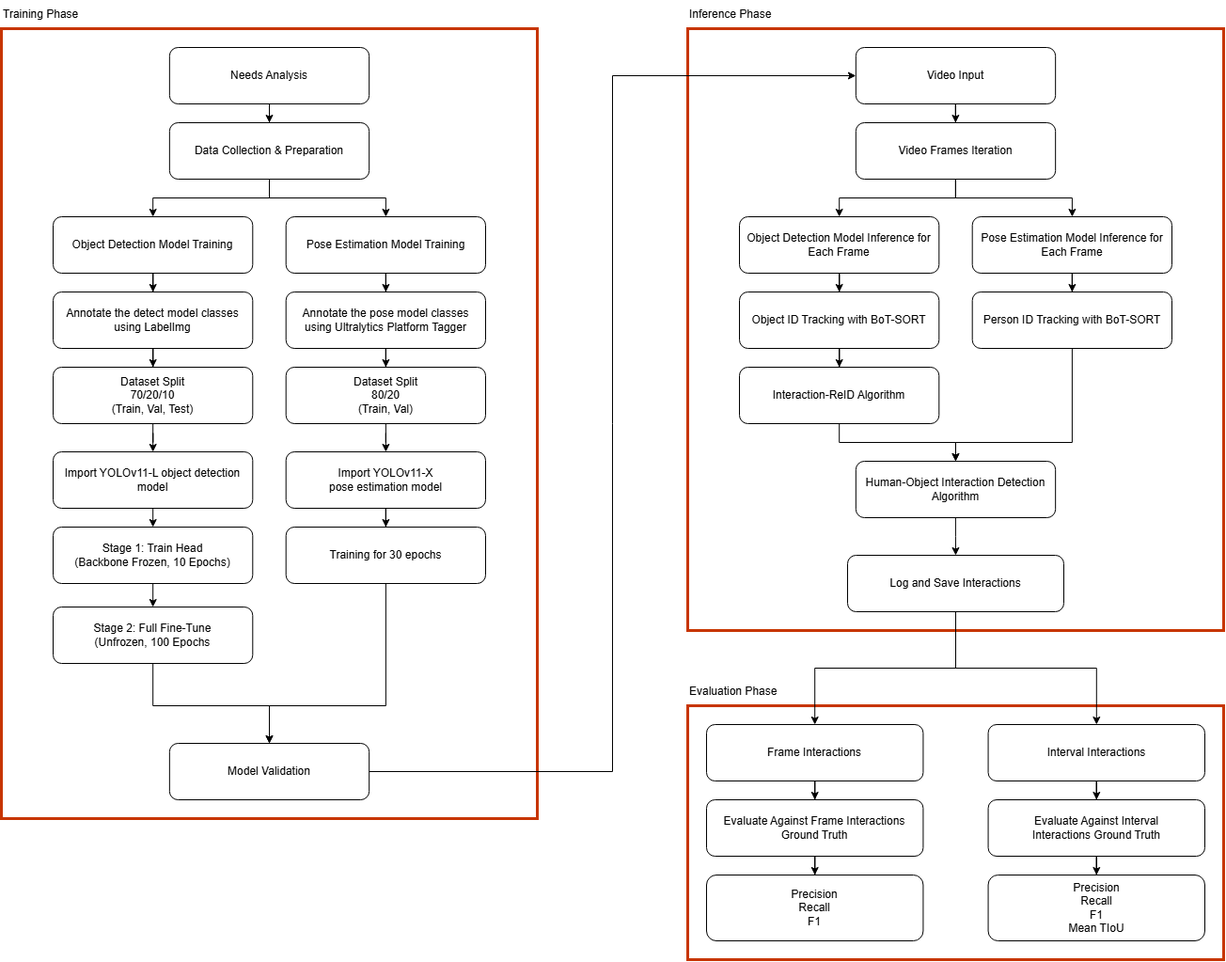
Before: docs/ConceptualFramework_Final.drawio.png, a diagram exported from draw.io (gabrieljamesbenedict/thesis). Source tidied: cells renumbered, new cells last; positions are measured from the earlier drawing's top-left corner, leaving out a move shared by most shapes. The source it was exported from:
```xml
<mxGraphModel>
  <root>
    <mxCell id="0" />
    <mxCell id="1" parent="0" />
    <mxCell id="2" style="rounded=0;whiteSpace=wrap;html=1;fillColor=none;fontColor=#000000;strokeColor=#C73500;strokeWidth=3;" parent="1" vertex="1">
      <mxGeometry y="30" width="570" height="840" as="geometry" />
    </mxCell>
    <mxCell id="3" style="rounded=0;whiteSpace=wrap;html=1;fillColor=none;fontColor=#000000;strokeColor=#C73500;strokeWidth=3;" parent="1" vertex="1">
      <mxGeometry x="730" y="30" width="570" height="640" as="geometry" />
    </mxCell>
    <mxCell id="4" style="rounded=0;whiteSpace=wrap;html=1;fillColor=none;fontColor=#000000;strokeColor=#C73500;strokeWidth=3;" parent="1" vertex="1">
      <mxGeometry x="730" y="750" width="570" height="270" as="geometry" />
    </mxCell>
    <mxCell id="5" style="group;" parent="1" vertex="1">
      <mxGeometry x="750" y="770" width="530" height="230" as="geometry" />
    </mxCell>
    <mxCell id="6" style="edgeStyle=orthogonalEdgeStyle;rounded=0;jettySize=auto;html=1;" parent="5" edge="1" source="7" target="11">
      <mxGeometry relative="1" as="geometry" />
    </mxCell>
    <mxCell id="7" value="Frame Interactions" style="rounded=1;whiteSpace=wrap;html=1;" parent="5" vertex="1">
      <mxGeometry width="230.4" height="60" as="geometry" />
    </mxCell>
    <mxCell id="8" style="edgeStyle=orthogonalEdgeStyle;rounded=0;jettySize=auto;html=1;" parent="5" edge="1" source="9" target="13">
      <mxGeometry relative="1" as="geometry" />
    </mxCell>
    <mxCell id="9" value="Interval Interactions" style="rounded=1;whiteSpace=wrap;html=1;" parent="5" vertex="1">
      <mxGeometry x="299.6" width="230.4" height="60" as="geometry" />
    </mxCell>
    <mxCell id="10" style="edgeStyle=orthogonalEdgeStyle;rounded=0;jettySize=auto;html=1;" parent="5" edge="1" source="11" target="14">
      <mxGeometry relative="1" as="geometry" />
    </mxCell>
    <mxCell id="11" value="Evaluate Against Frame Interactions Ground Truth" style="rounded=1;whiteSpace=wrap;html=1;" parent="5" vertex="1">
      <mxGeometry y="80" width="230.4" height="60" as="geometry" />
    </mxCell>
    <mxCell id="12" style="edgeStyle=orthogonalEdgeStyle;rounded=0;jettySize=auto;html=1;" parent="5" edge="1" source="13" target="15">
      <mxGeometry relative="1" as="geometry" />
    </mxCell>
    <mxCell id="13" value="Evaluate Against Interval Interactions&amp;nbsp;Ground Truth" style="rounded=1;whiteSpace=wrap;html=1;" parent="5" vertex="1">
      <mxGeometry x="299.6" y="80" width="230.4" height="60" as="geometry" />
    </mxCell>
    <mxCell id="14" value="Precision&lt;div&gt;Recall&lt;/div&gt;&lt;div&gt;F1&lt;/div&gt;" style="rounded=1;whiteSpace=wrap;html=1;" parent="5" vertex="1">
      <mxGeometry y="160" width="230.4" height="70" as="geometry" />
    </mxCell>
    <mxCell id="15" value="Precision&lt;div&gt;Recall&lt;/div&gt;&lt;div&gt;F1&lt;/div&gt;&lt;div&gt;Mean TIoU&lt;/div&gt;" style="rounded=1;whiteSpace=wrap;html=1;" parent="5" vertex="1">
      <mxGeometry x="299.6" y="160" width="230.4" height="70" as="geometry" />
    </mxCell>
    <mxCell id="16" style="group;" parent="1" vertex="1">
      <mxGeometry x="785" y="50" width="460" height="600" as="geometry" />
    </mxCell>
    <mxCell id="17" style="edgeStyle=orthogonalEdgeStyle;rounded=0;jettySize=auto;html=1;" parent="16" edge="1" source="18" target="21">
      <mxGeometry relative="1" as="geometry" />
    </mxCell>
    <mxCell id="18" value="Video Input" style="rounded=1;whiteSpace=wrap;html=1;" parent="16" vertex="1">
      <mxGeometry x="123.8" width="212.3" height="60" as="geometry" />
    </mxCell>
    <mxCell id="19" style="edgeStyle=orthogonalEdgeStyle;rounded=0;jettySize=auto;html=1;" parent="16" edge="1" source="21" target="23">
      <mxGeometry relative="1" as="geometry" />
    </mxCell>
    <mxCell id="20" style="edgeStyle=orthogonalEdgeStyle;rounded=0;jettySize=auto;html=1;" parent="16" edge="1" source="21" target="25">
      <mxGeometry relative="1" as="geometry" />
    </mxCell>
    <mxCell id="21" value="Video Frames Iteration" style="rounded=1;whiteSpace=wrap;html=1;" parent="16" vertex="1">
      <mxGeometry x="123.8" y="80" width="212.3" height="60" as="geometry" />
    </mxCell>
    <mxCell id="22" style="edgeStyle=orthogonalEdgeStyle;rounded=0;jettySize=auto;html=1;" parent="16" edge="1" source="23" target="29">
      <mxGeometry relative="1" as="geometry" />
    </mxCell>
    <mxCell id="23" value="Object Detection Model Inference for Each Frame" style="rounded=1;whiteSpace=wrap;html=1;" parent="16" vertex="1">
      <mxGeometry y="180" width="212.3" height="60" as="geometry" />
    </mxCell>
    <mxCell id="24" style="edgeStyle=orthogonalEdgeStyle;rounded=0;jettySize=auto;html=1;" parent="16" edge="1" source="25" target="27">
      <mxGeometry relative="1" as="geometry" />
    </mxCell>
    <mxCell id="25" value="Pose Estimation Model Inference for Each Frame" style="rounded=1;whiteSpace=wrap;html=1;" parent="16" vertex="1">
      <mxGeometry x="247.7" y="180" width="212.3" height="60" as="geometry" />
    </mxCell>
    <mxCell id="26" style="edgeStyle=orthogonalEdgeStyle;rounded=0;jettySize=auto;html=1;" parent="16" edge="1" source="27" target="32">
      <mxGeometry relative="1" as="geometry">
        <Array as="points">
          <mxPoint x="353.8" y="420" />
          <mxPoint x="230" y="420" />
        </Array>
      </mxGeometry>
    </mxCell>
    <mxCell id="27" value="Person ID Tracking with BoT-SORT" style="rounded=1;whiteSpace=wrap;html=1;" parent="16" vertex="1">
      <mxGeometry x="247.7" y="260" width="212.3" height="60" as="geometry" />
    </mxCell>
    <mxCell id="28" style="edgeStyle=orthogonalEdgeStyle;rounded=0;jettySize=auto;html=1;" parent="16" edge="1" source="29" target="34">
      <mxGeometry relative="1" as="geometry" />
    </mxCell>
    <mxCell id="29" value="Object ID Tracking with BoT-SORT" style="rounded=1;whiteSpace=wrap;html=1;" parent="16" vertex="1">
      <mxGeometry y="260" width="212.3" height="60" as="geometry" />
    </mxCell>
    <mxCell id="30" value="Log and Save Interactions" style="rounded=1;whiteSpace=wrap;html=1;" parent="16" vertex="1">
      <mxGeometry x="115" y="540" width="230" height="60" as="geometry" />
    </mxCell>
    <mxCell id="31" style="edgeStyle=orthogonalEdgeStyle;rounded=0;jettySize=auto;html=1;" parent="16" edge="1" source="32" target="30">
      <mxGeometry relative="1" as="geometry" />
    </mxCell>
    <mxCell id="32" value="Human-Object Interaction Detection Algorithm" style="rounded=1;whiteSpace=wrap;html=1;" parent="16" vertex="1">
      <mxGeometry x="123.8" y="440" width="212.3" height="60" as="geometry" />
    </mxCell>
    <mxCell id="33" style="edgeStyle=orthogonalEdgeStyle;rounded=0;jettySize=auto;html=1;" parent="16" edge="1" source="34" target="32">
      <mxGeometry relative="1" as="geometry" />
    </mxCell>
    <mxCell id="34" value="Interaction-ReID Algorithm" style="rounded=1;whiteSpace=wrap;html=1;" parent="16" vertex="1">
      <mxGeometry y="340" width="212.3" height="60" as="geometry" />
    </mxCell>
    <mxCell id="35" style="edgeStyle=orthogonalEdgeStyle;rounded=0;jettySize=auto;html=1;defaultLabelBackgroundColor=gap;" parent="1" edge="1" source="30" target="7">
      <mxGeometry relative="1" as="geometry" />
    </mxCell>
    <mxCell id="36" style="edgeStyle=orthogonalEdgeStyle;rounded=0;jettySize=auto;html=1;defaultLabelBackgroundColor=gap;" parent="1" edge="1" source="30" target="9">
      <mxGeometry relative="1" as="geometry" />
    </mxCell>
    <mxCell id="37" style="edgeStyle=orthogonalEdgeStyle;rounded=0;jettySize=auto;html=1;entryX=0;entryY=0.5;entryDx=0;entryDy=0;defaultLabelBackgroundColor=gap;" parent="1" edge="1" source="41" target="18">
      <mxGeometry relative="1" as="geometry" />
    </mxCell>
    <mxCell id="38" value="Training Phase" style="text;html=1;whiteSpace=wrap;strokeColor=none;fillColor=none;align=left;verticalAlign=middle;rounded=0;" parent="1" vertex="1">
      <mxGeometry width="178.8" height="30" as="geometry" />
    </mxCell>
    <mxCell id="39" value="Inference Phase" style="text;html=1;whiteSpace=wrap;strokeColor=none;fillColor=none;align=left;verticalAlign=middle;rounded=0;" parent="1" vertex="1">
      <mxGeometry x="730" width="170" height="30" as="geometry" />
    </mxCell>
    <mxCell id="40" value="Evaluation Phase" style="text;html=1;whiteSpace=wrap;strokeColor=none;fillColor=none;align=left;verticalAlign=middle;rounded=0;" parent="1" vertex="1">
      <mxGeometry x="730" y="720" width="170" height="30" as="geometry" />
    </mxCell>
    <mxCell id="41" value="Model Validation" style="rounded=1;whiteSpace=wrap;html=1;" parent="1" vertex="1">
      <mxGeometry x="178.8" y="790" width="212.3" height="60" as="geometry" />
    </mxCell>
    <mxCell id="42" value="Needs Analysis" style="rounded=1;whiteSpace=wrap;html=1;" parent="1" vertex="1">
      <mxGeometry x="178.8" y="50" width="212.3" height="60" as="geometry" />
    </mxCell>
    <mxCell id="43" value="Data Collection &amp;amp; Preparation" style="rounded=1;whiteSpace=wrap;html=1;" parent="1" vertex="1">
      <mxGeometry x="178.8" y="130" width="212.3" height="60" as="geometry" />
    </mxCell>
    <mxCell id="44" value="Object Detection Model Training" style="rounded=1;whiteSpace=wrap;html=1;" parent="1" vertex="1">
      <mxGeometry x="55" y="230" width="212.3" height="60" as="geometry" />
    </mxCell>
    <mxCell id="45" value="Pose Estimation Model Training" style="rounded=1;whiteSpace=wrap;html=1;" parent="1" vertex="1">
      <mxGeometry x="302.7" y="230" width="212.3" height="60" as="geometry" />
    </mxCell>
    <mxCell id="46" value="Dataset Split&lt;div&gt;70/20/10&lt;/div&gt;&lt;div&gt;(Train, Val, Test)&lt;/div&gt;" style="rounded=1;whiteSpace=wrap;html=1;" parent="1" vertex="1">
      <mxGeometry x="55" y="390" width="212.3" height="60" as="geometry" />
    </mxCell>
    <mxCell id="47" value="Dataset Split&lt;div&gt;80/20&lt;/div&gt;&lt;div&gt;(Train, Val)&lt;/div&gt;" style="rounded=1;whiteSpace=wrap;html=1;" parent="1" vertex="1">
      <mxGeometry x="302.7" y="390" width="212.3" height="60" as="geometry" />
    </mxCell>
    <mxCell id="48" value="Annotate the detect model classes using LabelImg" style="rounded=1;whiteSpace=wrap;html=1;" parent="1" vertex="1">
      <mxGeometry x="55" y="310" width="212.3" height="60" as="geometry" />
    </mxCell>
    <mxCell id="49" value="Annotate the pose model classes using&amp;nbsp;Ultralytics Platform Tagger" style="rounded=1;whiteSpace=wrap;html=1;" parent="1" vertex="1">
      <mxGeometry x="302.7" y="310" width="212.3" height="60" as="geometry" />
    </mxCell>
    <mxCell id="50" style="edgeStyle=orthogonalEdgeStyle;rounded=0;jettySize=auto;html=1;entryX=0.5;entryY=0;entryDx=0;entryDy=0;defaultLabelBackgroundColor=gap;" parent="1" edge="1" source="51" target="66">
      <mxGeometry relative="1" as="geometry" />
    </mxCell>
    <mxCell id="51" value="Import YOLOv11-L object detection model" style="rounded=1;whiteSpace=wrap;html=1;" parent="1" vertex="1">
      <mxGeometry x="55" y="480" width="212.3" height="60" as="geometry" />
    </mxCell>
    <mxCell id="52" value="Import YOLOv11-X&lt;div&gt;pose estimation model&lt;/div&gt;" style="rounded=1;whiteSpace=wrap;html=1;" parent="1" vertex="1">
      <mxGeometry x="302.7" y="480" width="212.3" height="60" as="geometry" />
    </mxCell>
    <mxCell id="53" style="edgeStyle=orthogonalEdgeStyle;rounded=0;jettySize=auto;html=1;entryX=0.5;entryY=0;entryDx=0;entryDy=0;defaultLabelBackgroundColor=gap;" parent="1" edge="1" source="54" target="41">
      <mxGeometry relative="1" as="geometry">
        <Array as="points">
          <mxPoint x="408.9" y="750" />
          <mxPoint x="285" y="750" />
        </Array>
      </mxGeometry>
    </mxCell>
    <mxCell id="54" value="Training for 30 epochs" style="rounded=1;whiteSpace=wrap;html=1;" parent="1" vertex="1">
      <mxGeometry x="302.7" y="560" width="212.3" height="60" as="geometry" />
    </mxCell>
    <mxCell id="55" style="edgeStyle=orthogonalEdgeStyle;rounded=0;jettySize=auto;html=1;" parent="1" edge="1" source="42" target="43">
      <mxGeometry relative="1" as="geometry" />
    </mxCell>
    <mxCell id="56" style="edgeStyle=orthogonalEdgeStyle;rounded=0;jettySize=auto;html=1;" parent="1" edge="1" source="43" target="44">
      <mxGeometry relative="1" as="geometry" />
    </mxCell>
    <mxCell id="57" style="edgeStyle=orthogonalEdgeStyle;rounded=0;jettySize=auto;html=1;" parent="1" edge="1" source="43" target="45">
      <mxGeometry relative="1" as="geometry" />
    </mxCell>
    <mxCell id="58" style="edgeStyle=orthogonalEdgeStyle;rounded=0;jettySize=auto;html=1;" parent="1" edge="1" source="44" target="48">
      <mxGeometry relative="1" as="geometry" />
    </mxCell>
    <mxCell id="59" style="edgeStyle=orthogonalEdgeStyle;rounded=0;jettySize=auto;html=1;" parent="1" edge="1" source="48" target="46">
      <mxGeometry relative="1" as="geometry" />
    </mxCell>
    <mxCell id="60" style="edgeStyle=orthogonalEdgeStyle;rounded=0;jettySize=auto;html=1;" parent="1" edge="1" source="45" target="49">
      <mxGeometry relative="1" as="geometry" />
    </mxCell>
    <mxCell id="61" style="edgeStyle=orthogonalEdgeStyle;rounded=0;jettySize=auto;html=1;" parent="1" edge="1" source="49" target="47">
      <mxGeometry relative="1" as="geometry" />
    </mxCell>
    <mxCell id="62" style="edgeStyle=orthogonalEdgeStyle;rounded=0;jettySize=auto;html=1;" parent="1" edge="1" source="46" target="51">
      <mxGeometry relative="1" as="geometry" />
    </mxCell>
    <mxCell id="63" style="edgeStyle=orthogonalEdgeStyle;rounded=0;jettySize=auto;html=1;" parent="1" edge="1" source="47" target="52">
      <mxGeometry relative="1" as="geometry" />
    </mxCell>
    <mxCell id="64" style="edgeStyle=orthogonalEdgeStyle;rounded=0;jettySize=auto;html=1;" parent="1" edge="1" source="52" target="54">
      <mxGeometry relative="1" as="geometry" />
    </mxCell>
    <mxCell id="65" style="edgeStyle=orthogonalEdgeStyle;rounded=0;jettySize=auto;html=1;entryX=0.5;entryY=0;entryDx=0;entryDy=0;defaultLabelBackgroundColor=gap;" parent="1" edge="1" source="66" target="68">
      <mxGeometry relative="1" as="geometry" />
    </mxCell>
    <mxCell id="66" value="&lt;div&gt;Stage 1: Train Head&lt;/div&gt;&lt;div&gt;(Backbone Frozen, 10 Epochs)&lt;/div&gt;" style="rounded=1;whiteSpace=wrap;html=1;" parent="1" vertex="1">
      <mxGeometry x="55" y="560" width="212.3" height="60" as="geometry" />
    </mxCell>
    <mxCell id="67" style="edgeStyle=orthogonalEdgeStyle;rounded=0;jettySize=auto;html=1;entryX=0.5;entryY=0;entryDx=0;entryDy=0;defaultLabelBackgroundColor=gap;" parent="1" edge="1" source="68" target="41">
      <mxGeometry relative="1" as="geometry">
        <Array as="points">
          <mxPoint x="161.2" y="750" />
          <mxPoint x="285" y="750" />
        </Array>
      </mxGeometry>
    </mxCell>
    <mxCell id="68" value="Stage 2: Full Fine-Tune&lt;div&gt;(Unfrozen, 100 Epochs&lt;/div&gt;" style="rounded=1;whiteSpace=wrap;html=1;" parent="1" vertex="1">
      <mxGeometry x="55" y="645" width="212.3" height="60" as="geometry" />
    </mxCell>
  </root>
</mxGraphModel>
```
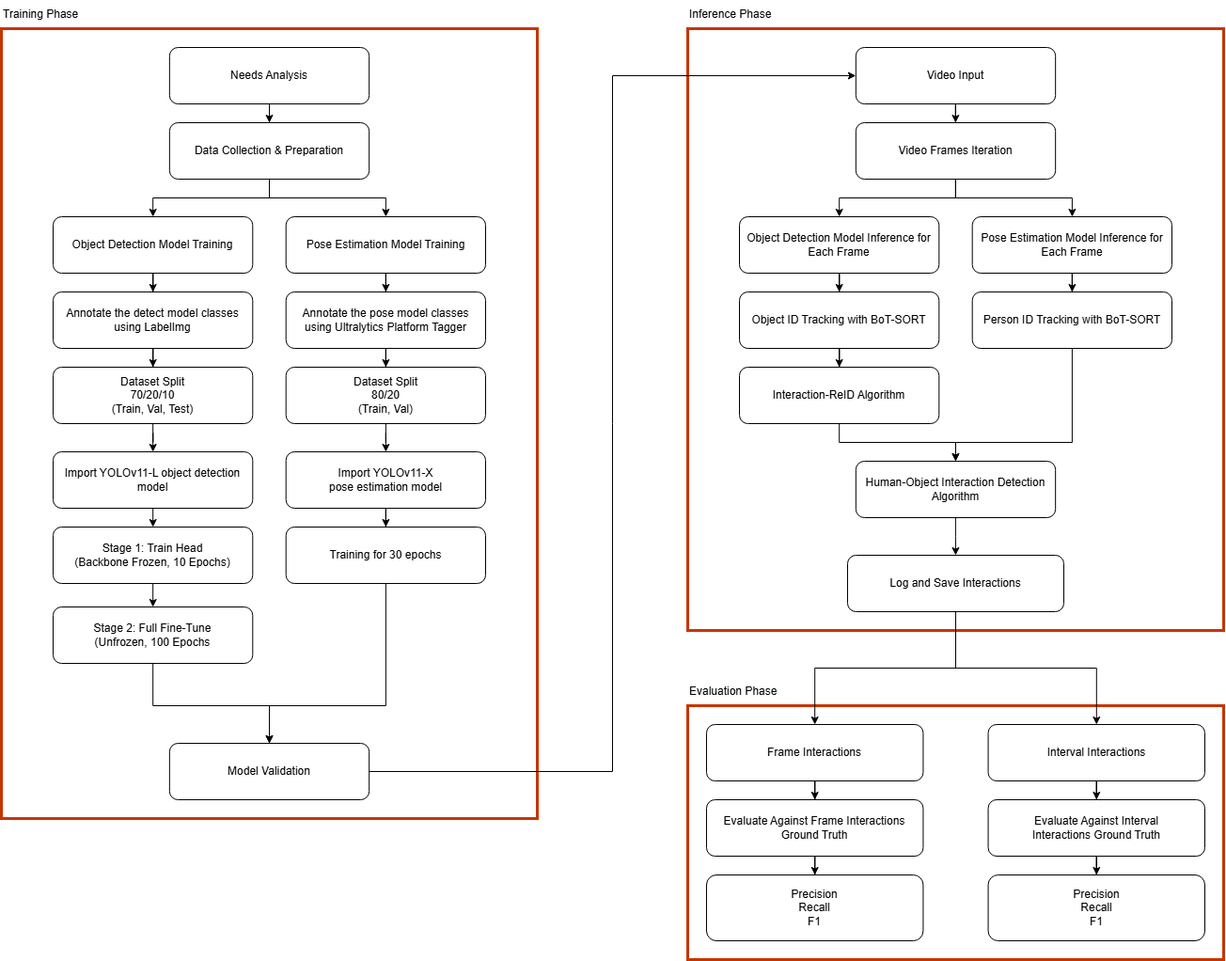
Later version of the same file.

Commit message:
add ReID algorithm diagram and update conceptual framework diagram

The edit, as a diff of the source:
```diff
@@ -41,7 +41,7 @@
     <mxCell id="14" value="Precision&lt;div&gt;Recall&lt;/div&gt;&lt;div&gt;F1&lt;/div&gt;" style="rounded=1;whiteSpace=wrap;html=1;" parent="5" vertex="1">
       <mxGeometry y="160" width="230.4" height="70" as="geometry" />
     </mxCell>
-    <mxCell id="15" value="Precision&lt;div&gt;Recall&lt;/div&gt;&lt;div&gt;F1&lt;/div&gt;&lt;div&gt;Mean TIoU&lt;/div&gt;" style="rounded=1;whiteSpace=wrap;html=1;" parent="5" vertex="1">
+    <mxCell id="15" value="Precision&lt;div&gt;Recall&lt;/div&gt;&lt;div&gt;F1&lt;/div&gt;" style="rounded=1;whiteSpace=wrap;html=1;" parent="5" vertex="1">
       <mxGeometry x="299.6" y="160" width="230.4" height="70" as="geometry" />
     </mxCell>
     <mxCell id="16" style="group;" parent="1" vertex="1">
```
